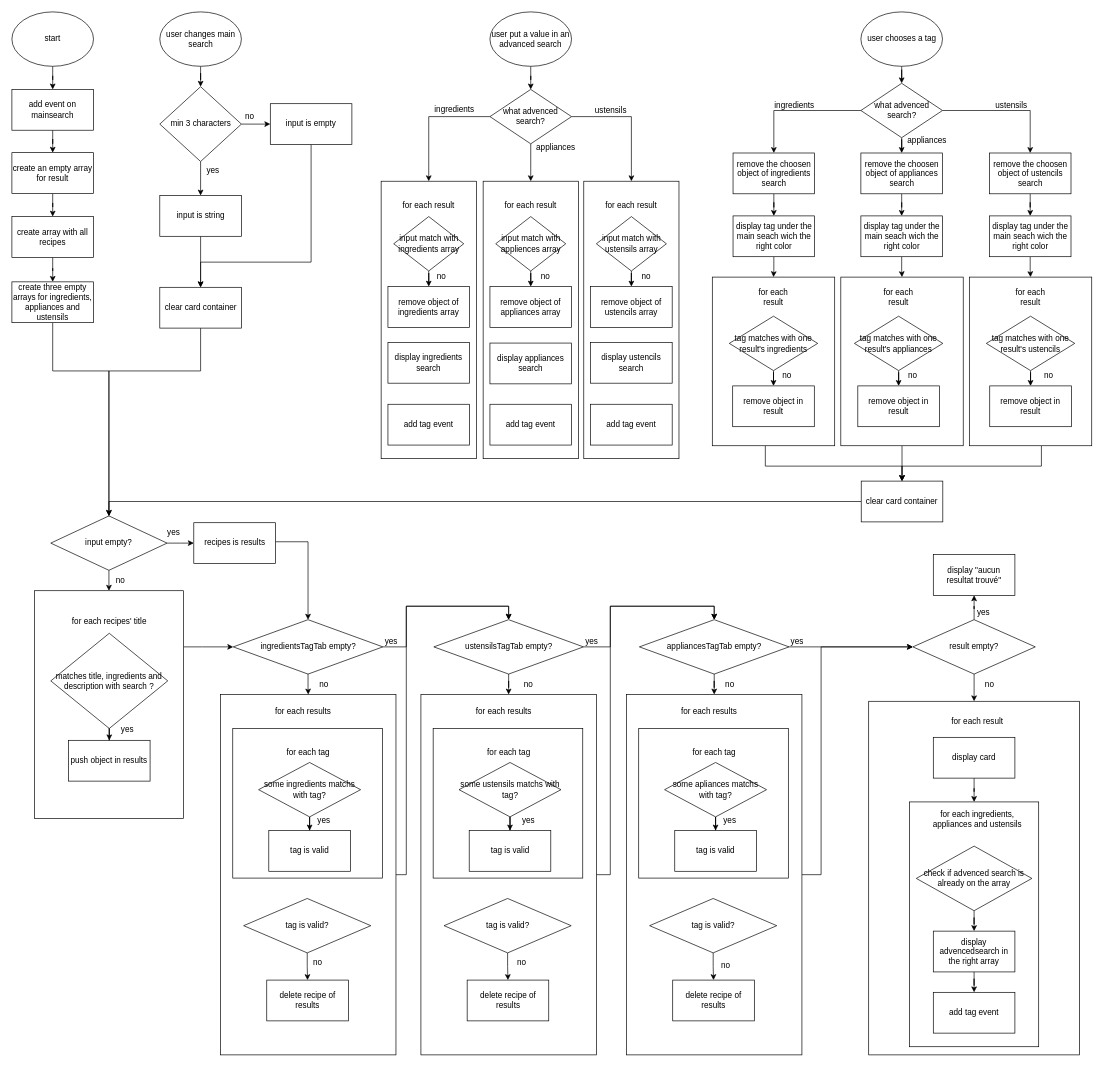
madelineGrammatico/Les_Petits_Plats keeps this draw.io diagram as algorigramme boucles natives.drawio. Above is the earlier version. Source tidied: cells renumbered, new cells numbered last; positions are measured from the earlier drawing's top-left corner, leaving out a move shared by most shapes. Both pictures are drawn from the tidied source at 68%, with x=0, y=0 at pixel (12, 12).
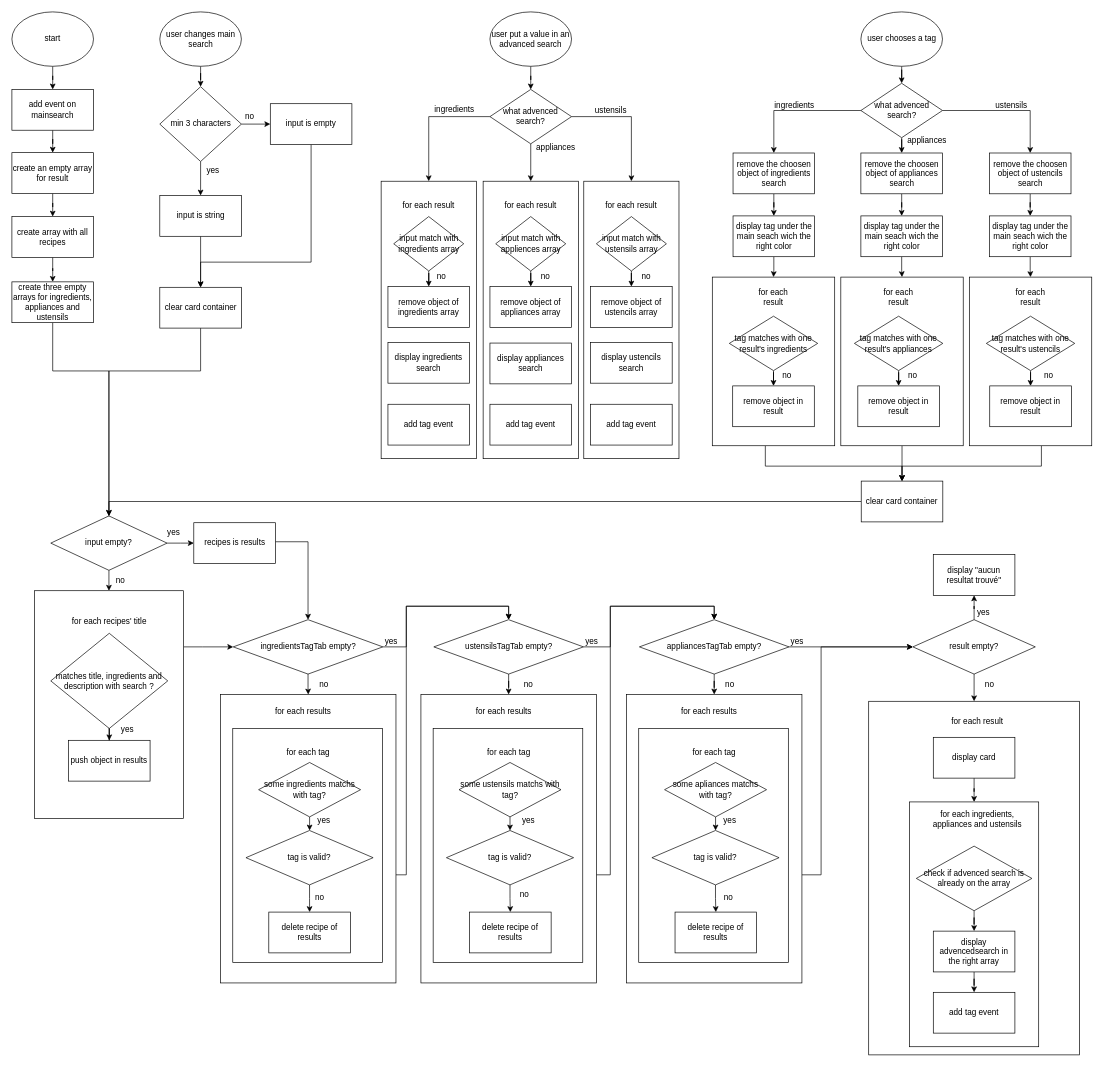
The same page after the edit.

Commit message:
Mettre à jour algorigramme boucles natives.drawio

The change refers to these unchanged cells:
```xml
<mxCell id="117" value="some ingredients matchs with tag?" style="rhombus;whiteSpace=wrap;html=1;" parent="1" vertex="1">
  <mxGeometry x="362.8" y="1103.8" width="150" height="80" as="geometry" />
</mxCell>
<mxCell id="131" value="some ustensils matchs with tag?" style="rhombus;whiteSpace=wrap;html=1;" parent="1" vertex="1">
  <mxGeometry x="657.5" y="1103.8" width="150" height="80" as="geometry" />
</mxCell>
<mxCell id="145" value="some apliances matchs with tag?" style="rhombus;whiteSpace=wrap;html=1;" parent="1" vertex="1">
  <mxGeometry x="959.8" y="1103.8" width="150" height="80" as="geometry" />
</mxCell>
```

What changed in the source:
```diff
@@
     <mxCell id="3" style="rounded=0;whiteSpace=wrap;html=1;" parent="1" vertex="1">
-      <mxGeometry x="306.8" y="1003.8" width="258" height="530" as="geometry" />
+      <mxGeometry x="306.8" y="1003.8" width="258" height="424.2" as="geometry" />
     </mxCell>
@@
     <mxCell id="114" style="rounded=0;whiteSpace=wrap;html=1;" parent="1" vertex="1">
-      <mxGeometry x="324.8" y="1053.8" width="220" height="220" as="geometry" />
+      <mxGeometry x="324.8" y="1053.8" width="220" height="344.2" as="geometry" />
     </mxCell>
@@
-    <mxCell id="116" style="edgeStyle=orthogonalEdgeStyle;rounded=0;jettySize=auto;html=1;entryX=0.5;entryY=0;entryDx=0;entryDy=0;" parent="1" edge="1" source="117" target="118">
-      <mxGeometry relative="1" as="geometry" />
+    <mxCell id="116" style="edgeStyle=orthogonalEdgeStyle;rounded=0;jettySize=auto;html=1;entryX=0.5;entryY=0;entryDx=0;entryDy=0;" parent="1" edge="1" source="117">
+      <mxGeometry relative="1" as="geometry">
+        <mxPoint x="437.8" y="1203.8" as="targetPoint" />
+      </mxGeometry>
     </mxCell>
@@
-    <mxCell id="118" value="tag is valid" style="rounded=0;whiteSpace=wrap;html=1;" parent="1" vertex="1">
-      <mxGeometry x="377.8" y="1203.8" width="120" height="60" as="geometry" />
-    </mxCell>
@@
     <mxCell id="120" value="tag is valid?" style="rhombus;whiteSpace=wrap;html=1;" parent="1" vertex="1">
-      <mxGeometry x="340.8" y="1303.8" width="187" height="80" as="geometry" />
+      <mxGeometry x="344.2" y="1203.8" width="187" height="80" as="geometry" />
     </mxCell>
     <mxCell id="121" value="delete recipe of results" style="rounded=0;whiteSpace=wrap;html=1;" parent="1" vertex="1">
-      <mxGeometry x="374.8" y="1423.8" width="120" height="60" as="geometry" />
+      <mxGeometry x="377.8" y="1323.8" width="120" height="60" as="geometry" />
     </mxCell>
@@
     <mxCell id="123" style="rounded=0;whiteSpace=wrap;html=1;" parent="1" vertex="1">
-      <mxGeometry x="601.5" y="1003.8" width="258" height="530" as="geometry" />
+      <mxGeometry x="601.5" y="1003.8" width="258" height="424.2" as="geometry" />
     </mxCell>
@@
     <mxCell id="128" style="rounded=0;whiteSpace=wrap;html=1;" parent="1" vertex="1">
-      <mxGeometry x="619.5" y="1053.8" width="220" height="220" as="geometry" />
+      <mxGeometry x="619.5" y="1053.8" width="220" height="344.2" as="geometry" />
     </mxCell>
@@
-    <mxCell id="130" style="edgeStyle=orthogonalEdgeStyle;rounded=0;jettySize=auto;html=1;entryX=0.5;entryY=0;entryDx=0;entryDy=0;" parent="1" edge="1" source="131" target="132">
-      <mxGeometry relative="1" as="geometry" />
+    <mxCell id="130" style="edgeStyle=orthogonalEdgeStyle;rounded=0;jettySize=auto;html=1;entryX=0.5;entryY=0;entryDx=0;entryDy=0;" parent="1" edge="1" source="131">
+      <mxGeometry relative="1" as="geometry">
+        <mxPoint x="732.5" y="1203.8" as="targetPoint" />
+      </mxGeometry>
     </mxCell>
@@
-    <mxCell id="132" value="tag is valid" style="rounded=0;whiteSpace=wrap;html=1;" parent="1" vertex="1">
-      <mxGeometry x="672.5" y="1203.8" width="120" height="60" as="geometry" />
-    </mxCell>
@@
     <mxCell id="134" value="tag is valid?" style="rhombus;whiteSpace=wrap;html=1;" parent="1" vertex="1">
-      <mxGeometry x="635.5" y="1303.8" width="187" height="80" as="geometry" />
+      <mxGeometry x="639" y="1203.8" width="187" height="80" as="geometry" />
     </mxCell>
     <mxCell id="135" value="delete recipe of results" style="rounded=0;whiteSpace=wrap;html=1;" parent="1" vertex="1">
-      <mxGeometry x="669.5" y="1423.8" width="120" height="60" as="geometry" />
+      <mxGeometry x="673" y="1323.8" width="120" height="60" as="geometry" />
     </mxCell>
@@
     <mxCell id="137" style="rounded=0;whiteSpace=wrap;html=1;" parent="1" vertex="1">
-      <mxGeometry x="903.8" y="1003.8" width="258" height="530" as="geometry" />
+      <mxGeometry x="903.8" y="1003.8" width="258" height="424.2" as="geometry" />
     </mxCell>
@@
     <mxCell id="142" style="rounded=0;whiteSpace=wrap;html=1;" parent="1" vertex="1">
-      <mxGeometry x="921.8" y="1053.8" width="220" height="220" as="geometry" />
+      <mxGeometry x="921.8" y="1053.8" width="220" height="344.2" as="geometry" />
     </mxCell>
@@
-    <mxCell id="144" style="edgeStyle=orthogonalEdgeStyle;rounded=0;jettySize=auto;html=1;entryX=0.5;entryY=0;entryDx=0;entryDy=0;" parent="1" edge="1" source="145" target="146">
-      <mxGeometry relative="1" as="geometry" />
+    <mxCell id="144" style="edgeStyle=orthogonalEdgeStyle;rounded=0;jettySize=auto;html=1;entryX=0.5;entryY=0;entryDx=0;entryDy=0;" parent="1" edge="1" source="145">
+      <mxGeometry relative="1" as="geometry">
+        <mxPoint x="1034.8" y="1203.8" as="targetPoint" />
+      </mxGeometry>
     </mxCell>
@@
-    <mxCell id="146" value="tag is valid" style="rounded=0;whiteSpace=wrap;html=1;" parent="1" vertex="1">
-      <mxGeometry x="974.8" y="1203.8" width="120" height="60" as="geometry" />
-    </mxCell>
@@
     <mxCell id="148" value="tag is valid?" style="rhombus;whiteSpace=wrap;html=1;" parent="1" vertex="1">
-      <mxGeometry x="937.8" y="1303.8" width="187" height="80" as="geometry" />
+      <mxGeometry x="941.2" y="1203.8" width="187" height="80" as="geometry" />
     </mxCell>
     <mxCell id="149" value="delete recipe of results" style="rounded=0;whiteSpace=wrap;html=1;" parent="1" vertex="1">
-      <mxGeometry x="971.8" y="1423.8" width="120" height="60" as="geometry" />
+      <mxGeometry x="975.2" y="1323.8" width="120" height="60" as="geometry" />
     </mxCell>
@@
     <mxCell id="160" value="no" style="text;html=1;strokeColor=none;fillColor=none;align=center;verticalAlign=middle;whiteSpace=wrap;rounded=0;" parent="1" vertex="1">
-      <mxGeometry x="420" y="1382.5" width="60" height="30" as="geometry" />
+      <mxGeometry x="423" y="1288" width="60" height="30" as="geometry" />
     </mxCell>
     <mxCell id="161" value="no" style="text;html=1;strokeColor=none;fillColor=none;align=center;verticalAlign=middle;whiteSpace=wrap;rounded=0;" parent="1" vertex="1">
-      <mxGeometry x="720" y="1382.5" width="60" height="30" as="geometry" />
+      <mxGeometry x="723.5" y="1282.5" width="60" height="30" as="geometry" />
     </mxCell>
     <mxCell id="162" value="no" style="text;html=1;strokeColor=none;fillColor=none;align=center;verticalAlign=middle;whiteSpace=wrap;rounded=0;" parent="1" vertex="1">
-      <mxGeometry x="1020" y="1388" width="60" height="30" as="geometry" />
+      <mxGeometry x="1023.5" y="1288" width="60" height="30" as="geometry" />
     </mxCell>
```
